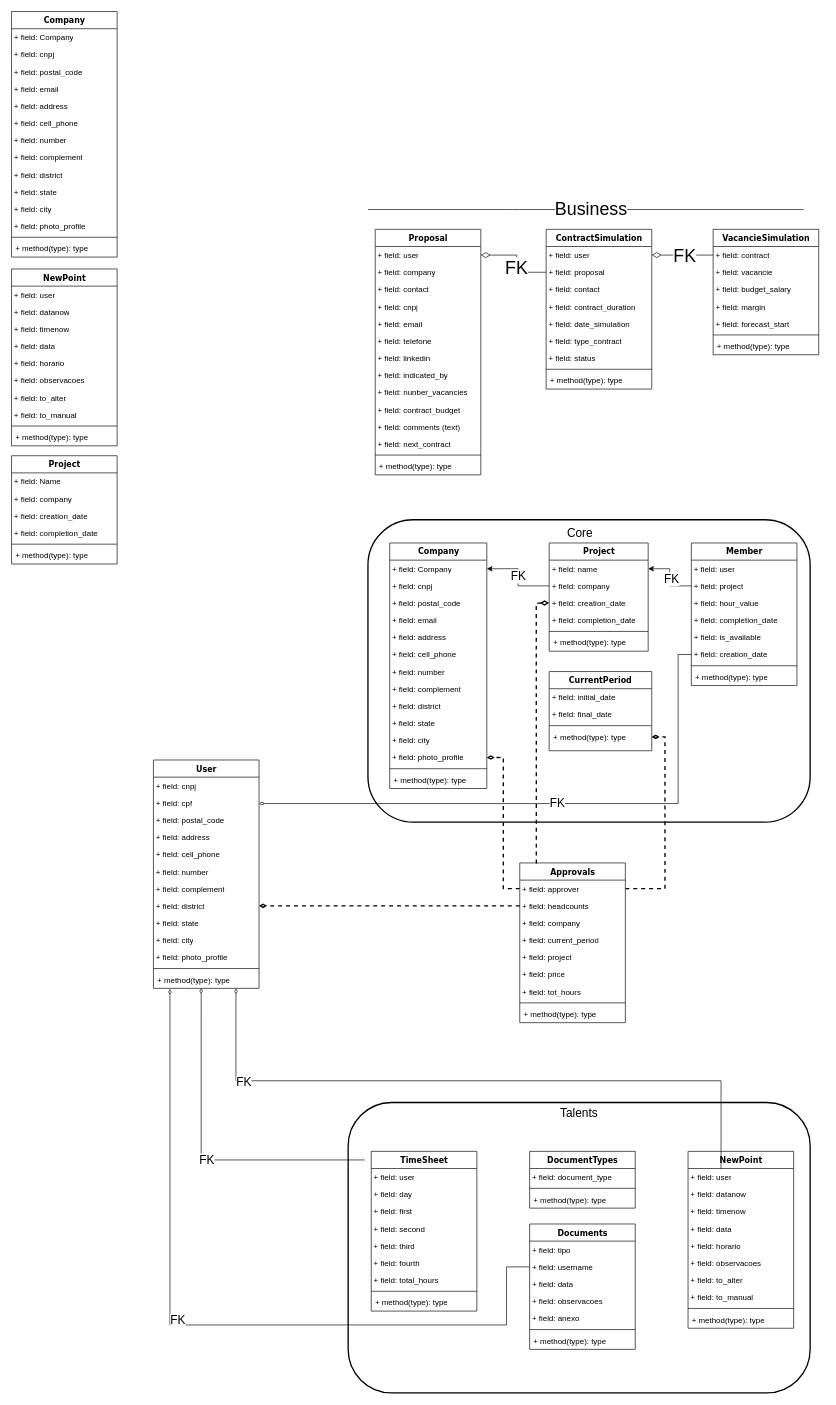
Above: Untitled Diagram.drawio in JonathaCnB/JonathaCnB (draw.io), before the change. Source tidied: cells renumbered, new cells numbered last; positions are measured from the earlier drawing's top-left corner, leaving out a move shared by most shapes. Both pictures are drawn from the tidied source at 66%, with x=0, y=0 at pixel (11, 11).
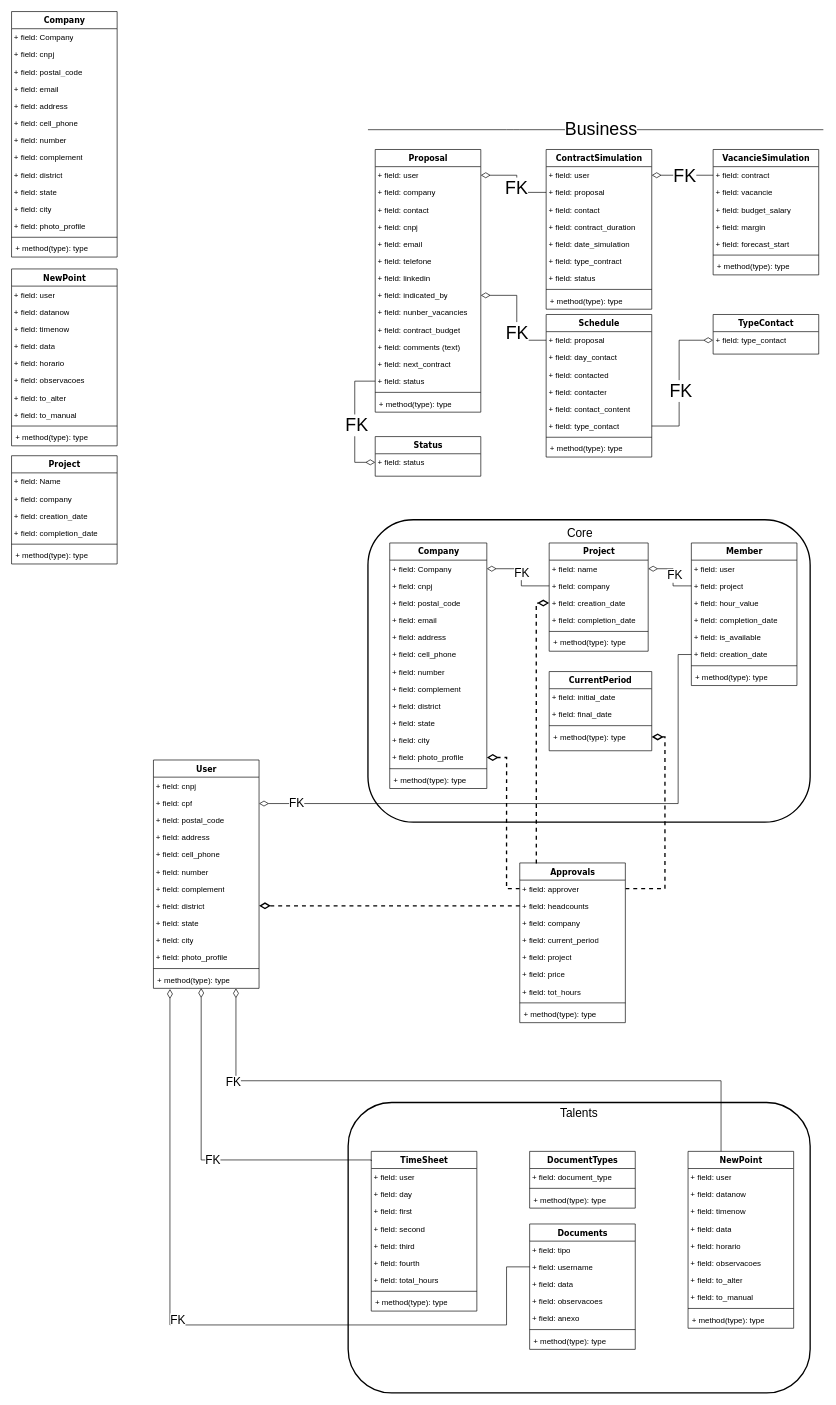
The same page after the edit.

The change refers to these unchanged cells:
```xml
<mxCell id="5" value="TimeSheet" style="swimlane;html=1;fontStyle=1;align=center;verticalAlign=top;horizontal=1;startSize=26;swimlaneFillColor=#ffffff;rounded=0;shadow=0;comic=0;labelBackgroundColor=none;strokeWidth=1;fillColor=none;fontFamily=Verdana;fontSize=12;" parent="2" vertex="1">
  <mxGeometry x="35" y="167" width="160" height="242" as="geometry" />
</mxCell>
<mxCell id="21" value="+ field: username" style="text;html=1;strokeColor=none;fillColor=none;align=left;verticalAlign=top;spacingLeft=2;spacingRight=1;whiteSpace=wrap;overflow=hidden;points=[[0,0.5],[1,0.5]];portConstraint=eastwest;" parent="19" vertex="1">
  <mxGeometry y="52" width="160" height="26" as="geometry" />
</mxCell>
<mxCell id="27" value="NewPoint" style="swimlane;html=1;fontStyle=1;align=center;verticalAlign=top;horizontal=1;startSize=26;swimlaneFillColor=#ffffff;rounded=0;shadow=0;comic=0;labelBackgroundColor=none;strokeWidth=1;fillColor=none;fontFamily=Verdana;fontSize=12;" parent="2" vertex="1">
  <mxGeometry x="515" y="167" width="160" height="268" as="geometry" />
</mxCell>
<mxCell id="28" value="+ field: user" style="text;html=1;strokeColor=none;fillColor=none;align=left;verticalAlign=top;spacingLeft=2;spacingRight=1;whiteSpace=wrap;overflow=hidden;points=[[0,0.5],[1,0.5]];portConstraint=eastwest;" parent="27" vertex="1">
  <mxGeometry y="26" width="160" height="26" as="geometry" />
</mxCell>
<mxCell id="38" style="group;" parent="1" vertex="1">
  <mxGeometry x="540" y="770" width="670" height="470" as="geometry" />
</mxCell>
<mxCell id="42" value="+ field: Company" style="text;html=1;strokeColor=none;fillColor=none;align=left;verticalAlign=top;spacingLeft=2;spacingRight=1;whiteSpace=wrap;overflow=hidden;points=[[0,0.5],[1,0.5]];portConstraint=eastwest;" parent="41" vertex="1">
  <mxGeometry y="26" width="147.1" height="26" as="geometry" />
</mxCell>
<mxCell id="53" value="+ field: photo_profile" style="text;html=1;strokeColor=none;fillColor=none;align=left;verticalAlign=top;spacingLeft=2;spacingRight=1;whiteSpace=wrap;overflow=hidden;points=[[0,0.5],[1,0.5]];portConstraint=eastwest;" parent="41" vertex="1">
  <mxGeometry y="312" width="147.1" height="26" as="geometry" />
</mxCell>
<mxCell id="57" value="+ field: name" style="text;html=1;strokeColor=none;fillColor=none;align=left;verticalAlign=top;spacingLeft=2;spacingRight=1;whiteSpace=wrap;overflow=hidden;points=[[0,0.5],[1,0.5]];portConstraint=eastwest;" parent="56" vertex="1">
  <mxGeometry y="26" width="150" height="26" as="geometry" />
</mxCell>
<mxCell id="58" value="+ field: company" style="text;html=1;strokeColor=none;fillColor=none;align=left;verticalAlign=top;spacingLeft=2;spacingRight=1;whiteSpace=wrap;overflow=hidden;points=[[0,0.5],[1,0.5]];portConstraint=eastwest;" parent="56" vertex="1">
  <mxGeometry y="52" width="150" height="26" as="geometry" />
</mxCell>
<mxCell id="59" value="+ field: creation_date" style="text;html=1;strokeColor=none;fillColor=none;align=left;verticalAlign=top;spacingLeft=2;spacingRight=1;whiteSpace=wrap;overflow=hidden;points=[[0,0.5],[1,0.5]];portConstraint=eastwest;" parent="56" vertex="1">
  <mxGeometry y="78" width="150" height="26" as="geometry" />
</mxCell>
<mxCell id="67" value="+ field: project" style="text;html=1;strokeColor=none;fillColor=none;align=left;verticalAlign=top;spacingLeft=2;spacingRight=1;whiteSpace=wrap;overflow=hidden;points=[[0,0.5],[1,0.5]];portConstraint=eastwest;" parent="65" vertex="1">
  <mxGeometry y="52" width="160" height="26" as="geometry" />
</mxCell>
<mxCell id="71" value="+ field: creation_date" style="text;html=1;strokeColor=none;fillColor=none;align=left;verticalAlign=top;spacingLeft=2;spacingRight=1;whiteSpace=wrap;overflow=hidden;points=[[0,0.5],[1,0.5]];portConstraint=eastwest;" parent="65" vertex="1">
  <mxGeometry y="156" width="160" height="26" as="geometry" />
</mxCell>
<mxCell id="80" value="+ method(type): type" style="text;html=1;strokeColor=none;fillColor=none;align=left;verticalAlign=top;spacingLeft=4;spacingRight=4;whiteSpace=wrap;overflow=hidden;points=[[0,0.5],[1,0.5]];portConstraint=eastwest;" parent="76" vertex="1">
  <mxGeometry y="86" width="155.4" height="26" as="geometry" />
</mxCell>
<mxCell id="105" value="+ field: cpf" style="text;html=1;strokeColor=none;fillColor=none;align=left;verticalAlign=top;spacingLeft=2;spacingRight=1;whiteSpace=wrap;overflow=hidden;points=[[0,0.5],[1,0.5]];portConstraint=eastwest;" parent="103" vertex="1">
  <mxGeometry y="52" width="160" height="26" as="geometry" />
</mxCell>
<mxCell id="111" value="+ field: district" style="text;html=1;strokeColor=none;fillColor=none;align=left;verticalAlign=top;spacingLeft=2;spacingRight=1;whiteSpace=wrap;overflow=hidden;points=[[0,0.5],[1,0.5]];portConstraint=eastwest;" parent="103" vertex="1">
  <mxGeometry y="208" width="160" height="26" as="geometry" />
</mxCell>
<mxCell id="116" value="+ method(type): type" style="text;html=1;strokeColor=none;fillColor=none;align=left;verticalAlign=top;spacingLeft=4;spacingRight=4;whiteSpace=wrap;overflow=hidden;points=[[0,0.5],[1,0.5]];portConstraint=eastwest;" parent="103" vertex="1">
  <mxGeometry y="320" width="160" height="26" as="geometry" />
</mxCell>
<mxCell id="139" value="Approvals" style="swimlane;html=1;fontStyle=1;align=center;verticalAlign=top;horizontal=1;startSize=26;swimlaneFillColor=#ffffff;rounded=0;shadow=0;comic=0;labelBackgroundColor=none;strokeWidth=1;fillColor=none;fontFamily=Verdana;fontSize=12;" parent="1" vertex="1">
  <mxGeometry x="770" y="1290" width="160" height="242" as="geometry" />
</mxCell>
<mxCell id="140" value="+ field: approver" style="text;html=1;strokeColor=none;fillColor=none;align=left;verticalAlign=top;spacingLeft=2;spacingRight=1;whiteSpace=wrap;overflow=hidden;points=[[0,0.5],[1,0.5]];portConstraint=eastwest;" parent="139" vertex="1">
  <mxGeometry y="26" width="160" height="26" as="geometry" />
</mxCell>
<mxCell id="141" value="+ field: headcounts" style="text;html=1;strokeColor=none;fillColor=none;align=left;verticalAlign=top;spacingLeft=2;spacingRight=1;whiteSpace=wrap;overflow=hidden;points=[[0,0.5],[1,0.5]];portConstraint=eastwest;" parent="139" vertex="1">
  <mxGeometry y="52" width="160" height="26" as="geometry" />
</mxCell>
<mxCell id="158" value="+ field: indicated_by" style="text;html=1;strokeColor=none;fillColor=none;align=left;verticalAlign=top;spacingLeft=2;spacingRight=1;whiteSpace=wrap;overflow=hidden;points=[[0,0.5],[1,0.5]];portConstraint=eastwest;" parent="150" vertex="1">
  <mxGeometry y="208" width="160" height="26" as="geometry" />
</mxCell>
```

Diff of the diagram source:
```diff
@@
-    <mxCell id="63" style="edgeStyle=orthogonalEdgeStyle;rounded=0;jettySize=auto;html=1;exitX=0;exitY=0.5;exitDx=0;exitDy=0;fontSize=18;" parent="38" edge="1" source="58" target="42">
+    <mxCell id="63" style="edgeStyle=orthogonalEdgeStyle;rounded=0;jettySize=auto;html=1;exitX=0;exitY=0.5;exitDx=0;exitDy=0;fontSize=18;endSize=12;endArrow=diamondThin;endFill=0;" parent="38" edge="1" source="58" target="42">
       <mxGeometry relative="1" as="geometry" />
     </mxCell>
@@
-    <mxCell id="74" style="edgeStyle=orthogonalEdgeStyle;rounded=0;jettySize=auto;html=1;exitX=0;exitY=0.5;exitDx=0;exitDy=0;fontSize=18;" parent="38" edge="1" source="67" target="57">
+    <mxCell id="74" style="edgeStyle=orthogonalEdgeStyle;rounded=0;jettySize=auto;html=1;exitX=0;exitY=0.5;exitDx=0;exitDy=0;fontSize=18;endSize=12;endArrow=diamondThin;endFill=0;" parent="38" edge="1" source="67" target="57">
       <mxGeometry relative="1" as="geometry" />
     </mxCell>
@@
-    <mxCell id="117" style="edgeStyle=orthogonalEdgeStyle;rounded=0;jettySize=auto;html=1;fontSize=18;exitX=0;exitY=0.5;exitDx=0;exitDy=0;endArrow=diamondThin;endFill=0;" parent="1" edge="1" source="71" target="105">
+    <mxCell id="117" style="edgeStyle=orthogonalEdgeStyle;rounded=0;jettySize=auto;html=1;fontSize=18;exitX=0;exitY=0.5;exitDx=0;exitDy=0;endArrow=diamondThin;endFill=0;endSize=12;" parent="1" edge="1" source="71" target="105">
       <mxGeometry relative="1" as="geometry">
         <Array as="points">
           <mxPoint x="1010" y="974" />
           <mxPoint x="1010" y="1200" />
         </Array>
       </mxGeometry>
     </mxCell>
     <mxCell id="118" value="FK" style="edgeLabel;html=1;align=center;verticalAlign=middle;fontSize=18;" parent="117" vertex="1">
       <mxGeometry x="-0.21" relative="1" as="geometry">
-        <mxPoint x="-81" y="-1" as="offset" />
+        <mxPoint x="-476" y="-1" as="offset" />
       </mxGeometry>
     </mxCell>
@@
-    <mxCell id="130" style="edgeStyle=orthogonalEdgeStyle;rounded=0;jettySize=auto;html=1;fontSize=18;endArrow=diamondThin;endFill=0;" parent="1" edge="1" source="21">
+    <mxCell id="130" style="edgeStyle=orthogonalEdgeStyle;rounded=0;jettySize=auto;html=1;fontSize=18;endArrow=diamondThin;endFill=0;endSize=12;" parent="1" edge="1" source="21">
       <mxGeometry relative="1" as="geometry">
         <mxPoint x="240" y="1481" as="targetPoint" />
         <Array as="points">
           <mxPoint x="750" y="1902" />
           <mxPoint x="750" y="1990" />
           <mxPoint x="240" y="1990" />
         </Array>
       </mxGeometry>
     </mxCell>
@@
-    <mxCell id="132" style="edgeStyle=orthogonalEdgeStyle;rounded=0;jettySize=auto;html=1;fontSize=18;endArrow=diamondThin;endFill=0;entryX=0.452;entryY=0.984;entryDx=0;entryDy=0;entryPerimeter=0;" parent="1" edge="1" target="116">
+    <mxCell id="132" style="edgeStyle=orthogonalEdgeStyle;rounded=0;jettySize=auto;html=1;fontSize=18;endArrow=diamondThin;endFill=0;entryX=0.452;entryY=0.984;entryDx=0;entryDy=0;entryPerimeter=0;endSize=12;exitX=0;exitY=0.06;exitDx=0;exitDy=0;exitPerimeter=0;" parent="1" edge="1" source="5" target="116">
       <mxGeometry relative="1" as="geometry">
-        <mxPoint x="535" y="1740" as="sourcePoint" />
         <Array as="points">
+          <mxPoint x="545" y="1740" />
           <mxPoint x="287" y="1740" />
         </Array>
       </mxGeometry>
     </mxCell>
@@
-    <mxCell id="134" style="edgeStyle=orthogonalEdgeStyle;rounded=0;jettySize=auto;html=1;fontSize=18;endArrow=diamondThin;endFill=0;" parent="1" edge="1" source="28">
+    <mxCell id="134" style="edgeStyle=orthogonalEdgeStyle;rounded=0;jettySize=auto;html=1;fontSize=18;endArrow=diamondThin;endFill=0;endSize=12;" parent="1" edge="1" source="27">
       <mxGeometry relative="1" as="geometry">
         <mxPoint x="340" y="1480" as="targetPoint" />
         <Array as="points">
           <mxPoint x="1075" y="1620" />
           <mxPoint x="340" y="1620" />
-          <mxPoint x="340" y="1480" />
         </Array>
       </mxGeometry>
     </mxCell>
@@
-    <mxCell id="136" style="edgeStyle=orthogonalEdgeStyle;rounded=0;jettySize=auto;html=1;fontSize=18;endArrow=diamondThin;endFill=0;entryX=1;entryY=0.5;entryDx=0;entryDy=0;dashed=1;strokeWidth=2;" parent="1" edge="1" source="140" target="80">
+    <mxCell id="136" style="edgeStyle=orthogonalEdgeStyle;rounded=0;jettySize=auto;html=1;fontSize=18;endArrow=diamondThin;endFill=0;entryX=1;entryY=0.5;entryDx=0;entryDy=0;dashed=1;strokeWidth=2;endSize=12;" parent="1" edge="1" source="140" target="80">
       <mxGeometry relative="1" as="geometry">
         <Array as="points">
           <mxPoint x="990" y="1329" />
           <mxPoint x="990" y="1099" />
         </Array>
       </mxGeometry>
     </mxCell>
-    <mxCell id="137" style="edgeStyle=orthogonalEdgeStyle;rounded=0;jettySize=auto;html=1;fontSize=18;endArrow=diamondThin;endFill=0;dashed=1;strokeWidth=2;" parent="1" edge="1" source="140" target="53">
+    <mxCell id="137" style="edgeStyle=orthogonalEdgeStyle;rounded=0;jettySize=auto;html=1;fontSize=18;endArrow=diamondThin;endFill=0;dashed=1;strokeWidth=2;endSize=12;" parent="1" edge="1" source="140" target="53">
       <mxGeometry relative="1" as="geometry" />
     </mxCell>
-    <mxCell id="138" style="edgeStyle=orthogonalEdgeStyle;rounded=0;jettySize=auto;html=1;exitX=0.157;exitY=0.003;exitDx=0;exitDy=0;fontSize=18;endArrow=diamondThin;endFill=0;dashed=1;endSize=8;strokeWidth=2;exitPerimeter=0;" parent="1" edge="1" source="139" target="59">
+    <mxCell id="138" style="edgeStyle=orthogonalEdgeStyle;rounded=0;jettySize=auto;html=1;exitX=0.157;exitY=0.003;exitDx=0;exitDy=0;fontSize=18;endArrow=diamondThin;endFill=0;dashed=1;endSize=12;strokeWidth=2;exitPerimeter=0;" parent="1" edge="1" source="139" target="59">
       <mxGeometry relative="1" as="geometry">
         <Array as="points">
           <mxPoint x="795" y="1280" />
           <mxPoint x="795" y="896" />
         </Array>
       </mxGeometry>
     </mxCell>
@@
-    <mxCell id="149" style="edgeStyle=orthogonalEdgeStyle;rounded=0;jettySize=auto;html=1;fontSize=18;endArrow=diamondThin;endFill=0;exitX=0;exitY=0.5;exitDx=0;exitDy=0;dashed=1;strokeWidth=2;" parent="1" edge="1" source="141" target="111">
+    <mxCell id="149" style="edgeStyle=orthogonalEdgeStyle;rounded=0;jettySize=auto;html=1;fontSize=18;endArrow=diamondThin;endFill=0;exitX=0;exitY=0.5;exitDx=0;exitDy=0;dashed=1;strokeWidth=2;startSize=12;endSize=12;" parent="1" edge="1" source="141" target="111">
       <mxGeometry relative="1" as="geometry" />
     </mxCell>
     <mxCell id="150" value="Proposal" style="swimlane;html=1;fontStyle=1;align=center;verticalAlign=top;horizontal=1;startSize=26;swimlaneFillColor=#ffffff;rounded=0;shadow=0;comic=0;labelBackgroundColor=none;strokeWidth=1;fillColor=none;fontFamily=Verdana;fontSize=12;" parent="1" vertex="1">
-      <mxGeometry x="551" y="330" width="160" height="372" as="geometry" />
+      <mxGeometry x="551" y="209" width="160" height="398" as="geometry" />
     </mxCell>
@@
+    <mxCell id="189" value="+ field: status" style="text;html=1;strokeColor=none;fillColor=none;align=left;verticalAlign=top;spacingLeft=2;spacingRight=1;whiteSpace=wrap;overflow=hidden;points=[[0,0.5],[1,0.5]];portConstraint=eastwest;" parent="150" vertex="1">
+      <mxGeometry y="338" width="160" height="26" as="geometry" />
+    </mxCell>
     <mxCell id="163" style="line;html=1;strokeWidth=1;fillColor=none;align=left;verticalAlign=middle;spacingTop=-1;spacingLeft=3;spacingRight=3;labelPosition=right;" parent="150" vertex="1">
-      <mxGeometry y="338" width="160" height="8" as="geometry" />
+      <mxGeometry y="364" width="160" height="8" as="geometry" />
     </mxCell>
     <mxCell id="164" value="+ method(type): type" style="text;html=1;strokeColor=none;fillColor=none;align=left;verticalAlign=top;spacingLeft=4;spacingRight=4;whiteSpace=wrap;overflow=hidden;" parent="150" vertex="1">
-      <mxGeometry y="346" width="160" height="26" as="geometry" />
+      <mxGeometry y="372" width="160" height="26" as="geometry" />
     </mxCell>
     <mxCell id="165" style="endArrow=none;html=1;fontSize=27;endSize=12;" parent="1" edge="1">
       <mxGeometry relative="1" as="geometry">
-        <mxPoint x="540" y="300" as="sourcePoint" />
-        <mxPoint x="1200" y="300" as="targetPoint" />
+        <mxPoint x="540" y="179" as="sourcePoint" />
+        <mxPoint x="1230" y="179" as="targetPoint" />
         <Array as="points">
-          <mxPoint x="760" y="300" />
+          <mxPoint x="760" y="179" />
         </Array>
       </mxGeometry>
     </mxCell>
@@
     <mxCell id="167" value="ContractSimulation" style="swimlane;html=1;fontStyle=1;align=center;verticalAlign=top;horizontal=1;startSize=26;swimlaneFillColor=#ffffff;rounded=0;shadow=0;comic=0;labelBackgroundColor=none;strokeWidth=1;fillColor=none;fontFamily=Verdana;fontSize=12;" parent="1" vertex="1">
-      <mxGeometry x="810" y="330" width="160" height="242" as="geometry" />
+      <mxGeometry x="810" y="209" width="160" height="242" as="geometry" />
     </mxCell>
@@
     <mxCell id="179" value="VacancieSimulation" style="swimlane;html=1;fontStyle=1;align=center;verticalAlign=top;horizontal=1;startSize=26;swimlaneFillColor=#ffffff;rounded=0;shadow=0;comic=0;labelBackgroundColor=none;strokeWidth=1;fillColor=none;fontFamily=Verdana;fontSize=12;" parent="1" vertex="1">
-      <mxGeometry x="1063" y="330" width="160" height="190" as="geometry" />
+      <mxGeometry x="1063" y="209" width="160" height="190" as="geometry" />
     </mxCell>
@@
+    <mxCell id="190" value="Schedule" style="swimlane;html=1;fontStyle=1;align=center;verticalAlign=top;horizontal=1;startSize=26;swimlaneFillColor=#ffffff;rounded=0;shadow=0;comic=0;labelBackgroundColor=none;strokeWidth=1;fillColor=none;fontFamily=Verdana;fontSize=12;" parent="1" vertex="1">
+      <mxGeometry x="810" y="459" width="160" height="216" as="geometry" />
+    </mxCell>
+    <mxCell id="191" value="+ field: proposal&lt;br&gt;" style="text;html=1;strokeColor=none;fillColor=none;align=left;verticalAlign=top;spacingLeft=2;spacingRight=1;whiteSpace=wrap;overflow=hidden;points=[[0,0.5],[1,0.5]];portConstraint=eastwest;" parent="190" vertex="1">
+      <mxGeometry y="26" width="160" height="26" as="geometry" />
+    </mxCell>
+    <mxCell id="192" value="+ field: day_contact" style="text;html=1;strokeColor=none;fillColor=none;align=left;verticalAlign=top;spacingLeft=2;spacingRight=1;whiteSpace=wrap;overflow=hidden;" parent="190" vertex="1">
+      <mxGeometry y="52" width="160" height="26" as="geometry" />
+    </mxCell>
+    <mxCell id="193" value="+ field: contacted" style="text;html=1;strokeColor=none;fillColor=none;align=left;verticalAlign=top;spacingLeft=2;spacingRight=1;whiteSpace=wrap;overflow=hidden;" parent="190" vertex="1">
+      <mxGeometry y="78" width="160" height="26" as="geometry" />
+    </mxCell>
+    <mxCell id="194" value="+ field: contacter" style="text;html=1;strokeColor=none;fillColor=none;align=left;verticalAlign=top;spacingLeft=2;spacingRight=1;whiteSpace=wrap;overflow=hidden;" parent="190" vertex="1">
+      <mxGeometry y="104" width="160" height="26" as="geometry" />
+    </mxCell>
+    <mxCell id="195" value="+ field: contact_content" style="text;html=1;strokeColor=none;fillColor=none;align=left;verticalAlign=top;spacingLeft=2;spacingRight=1;whiteSpace=wrap;overflow=hidden;" parent="190" vertex="1">
+      <mxGeometry y="130" width="160" height="26" as="geometry" />
+    </mxCell>
+    <mxCell id="196" value="+ field: type_contact" style="text;html=1;strokeColor=none;fillColor=none;align=left;verticalAlign=top;spacingLeft=2;spacingRight=1;whiteSpace=wrap;overflow=hidden;points=[[0,0.5],[1,0.5]];portConstraint=eastwest;" parent="190" vertex="1">
+      <mxGeometry y="156" width="160" height="26" as="geometry" />
+    </mxCell>
+    <mxCell id="197" style="line;html=1;strokeWidth=1;fillColor=none;align=left;verticalAlign=middle;spacingTop=-1;spacingLeft=3;spacingRight=3;labelPosition=right;" parent="190" vertex="1">
+      <mxGeometry y="182" width="160" height="8" as="geometry" />
+    </mxCell>
+    <mxCell id="198" value="+ method(type): type" style="text;html=1;strokeColor=none;fillColor=none;align=left;verticalAlign=top;spacingLeft=4;spacingRight=4;whiteSpace=wrap;overflow=hidden;" parent="190" vertex="1">
+      <mxGeometry y="190" width="160" height="26" as="geometry" />
+    </mxCell>
+    <mxCell id="199" style="edgeStyle=orthogonalEdgeStyle;rounded=0;jettySize=auto;html=1;endArrow=diamondThin;endFill=0;endSize=12;" parent="1" edge="1" source="191" target="158">
+      <mxGeometry relative="1" as="geometry" />
+    </mxCell>
+    <mxCell id="200" value="FK" style="edgeLabel;html=1;align=center;verticalAlign=middle;fontSize=27;" parent="199" vertex="1">
+      <mxGeometry x="-0.33" relative="1" as="geometry" />
+    </mxCell>
+    <mxCell id="201" value="Status" style="swimlane;html=1;fontStyle=1;align=center;verticalAlign=top;horizontal=1;startSize=26;swimlaneFillColor=#ffffff;rounded=0;shadow=0;comic=0;labelBackgroundColor=none;strokeWidth=1;fillColor=none;fontFamily=Verdana;fontSize=12;" parent="1" vertex="1">
+      <mxGeometry x="551" y="644" width="160" height="60" as="geometry" />
+    </mxCell>
+    <mxCell id="202" value="+ field: status" style="text;html=1;strokeColor=none;fillColor=none;align=left;verticalAlign=top;spacingLeft=2;spacingRight=1;whiteSpace=wrap;overflow=hidden;points=[[0,0.5],[1,0.5]];portConstraint=eastwest;" parent="201" vertex="1">
+      <mxGeometry y="26" width="160" height="26" as="geometry" />
+    </mxCell>
+    <mxCell id="203" style="edgeStyle=orthogonalEdgeStyle;rounded=0;jettySize=auto;html=1;fontSize=27;endArrow=diamondThin;endFill=0;endSize=12;" parent="1" edge="1" source="189" target="202">
+      <mxGeometry relative="1" as="geometry">
+        <Array as="points">
+          <mxPoint x="520" y="560" />
+          <mxPoint x="520" y="683" />
+        </Array>
+      </mxGeometry>
+    </mxCell>
+    <mxCell id="204" value="FK" style="edgeLabel;html=1;align=center;verticalAlign=middle;fontSize=27;" parent="203" vertex="1">
+      <mxGeometry x="0.15" y="2" relative="1" as="geometry">
+        <mxPoint y="-9" as="offset" />
+      </mxGeometry>
+    </mxCell>
+    <mxCell id="205" value="TypeContact" style="swimlane;html=1;fontStyle=1;align=center;verticalAlign=top;horizontal=1;startSize=26;swimlaneFillColor=#ffffff;rounded=0;shadow=0;comic=0;labelBackgroundColor=none;strokeWidth=1;fillColor=none;fontFamily=Verdana;fontSize=12;" parent="1" vertex="1">
+      <mxGeometry x="1063" y="459" width="160" height="60" as="geometry" />
+    </mxCell>
+    <mxCell id="206" value="+ field: type_contact" style="text;html=1;strokeColor=none;fillColor=none;align=left;verticalAlign=top;spacingLeft=2;spacingRight=1;whiteSpace=wrap;overflow=hidden;points=[[0,0.5],[1,0.5]];portConstraint=eastwest;" parent="205" vertex="1">
+      <mxGeometry y="26" width="160" height="26" as="geometry" />
+    </mxCell>
+    <mxCell id="207" style="edgeStyle=orthogonalEdgeStyle;rounded=0;jettySize=auto;html=1;fontSize=27;endArrow=diamondThin;endFill=0;endSize=12;" parent="1" edge="1" source="196" target="206">
+      <mxGeometry relative="1" as="geometry" />
+    </mxCell>
+    <mxCell id="208" value="FK" style="edgeLabel;html=1;align=center;verticalAlign=middle;fontSize=27;" parent="207" vertex="1">
+      <mxGeometry x="-0.15" y="-2" relative="1" as="geometry" />
+    </mxCell>
```
